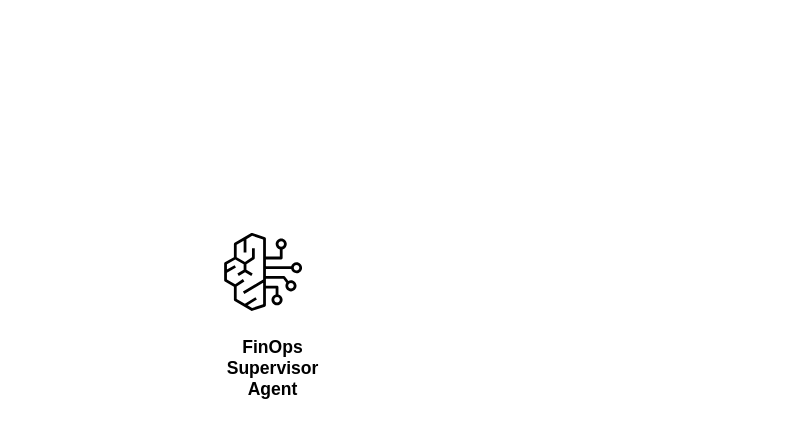
Before: aws-finops-arch.drawio in bwahn/drawio, a draw.io diagram. Source tidied: cells renumbered, new cells numbered last; positions are measured from the earlier drawing's top-left corner, leaving out a move shared by most shapes. Both pictures are drawn from the tidied source at 125%, with x=0, y=0 at pixel (198, 222).
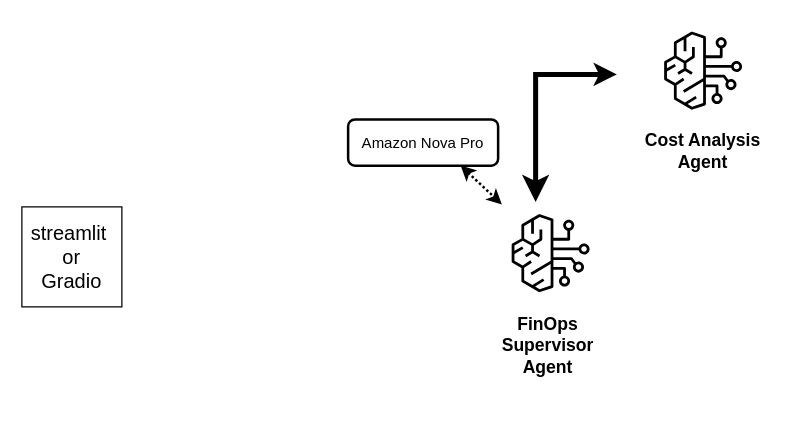
The same page after the edit.

What changed in the source:
```diff
@@
 <mxGraphModel background="light-dark(#ffffff, #f5f4f4)">
   <root>
     <mxCell id="0" />
     <mxCell id="1" parent="0" />
+    <mxCell id="4" style="group;" parent="1" vertex="1">
+      <mxGeometry x="220" y="-15" width="120" height="143" as="geometry" />
+    </mxCell>
-    <mxCell id="2" style="sketch=0;points=[[0,0,0],[0.25,0,0],[0.5,0,0],[0.75,0,0],[1,0,0],[0,1,0],[0.25,1,0],[0.5,1,0],[0.75,1,0],[1,1,0],[0,0.25,0],[0,0.5,0],[0,0.75,0],[1,0.25,0],[1,0.5,0],[1,0.75,0]];outlineConnect=0;dashed=0;verticalLabelPosition=bottom;verticalAlign=top;align=center;html=1;fontSize=12;fontStyle=0;shape=mxgraph.aws4.resourceIcon;resIcon=mxgraph.aws4.bedrock;labelBackgroundColor=none;fillStyle=auto;fillColor=none;strokeColor=light-dark(#000000,#000000);fontColor=light-dark(#000000,#000000);" parent="1" vertex="1">
-      <mxGeometry x="13" width="78" height="78" as="geometry" />
+    <mxCell id="2" style="sketch=0;points=[[0,0,0],[0.25,0,0],[0.5,0,0],[0.75,0,0],[1,0,0],[0,1,0],[0.25,1,0],[0.5,1,0],[0.75,1,0],[1,1,0],[0,0.25,0],[0,0.5,0],[0,0.75,0],[1,0.25,0],[1,0.5,0],[1,0.75,0]];outlineConnect=0;dashed=0;verticalLabelPosition=bottom;verticalAlign=top;align=center;html=1;fontSize=12;fontStyle=0;shape=mxgraph.aws4.resourceIcon;resIcon=mxgraph.aws4.bedrock;labelBackgroundColor=none;fillStyle=auto;fillColor=none;strokeColor=light-dark(#000000,#000000);fontColor=light-dark(#000000,#000000);" parent="4" vertex="1">
+      <mxGeometry x="23" width="78" height="78" as="geometry" />
     </mxCell>
-    <mxCell id="3" value="&lt;h3&gt;FinOps Supervisor Agent&lt;/h3&gt;" style="whiteSpace=wrap;html=1;labelBackgroundColor=none;fillStyle=auto;fillColor=none;strokeColor=none;fontColor=light-dark(#000000,#000000);spacing=7;" parent="1" vertex="1">
-      <mxGeometry y="86" width="120" height="60" as="geometry" />
+    <mxCell id="3" value="&lt;h3&gt;FinOps Supervisor Agent&lt;/h3&gt;" style="whiteSpace=wrap;html=1;labelBackgroundColor=none;fillStyle=auto;fillColor=none;strokeColor=none;fontColor=light-dark(#000000,#000000);spacing=7;" parent="4" vertex="1">
+      <mxGeometry y="83" width="120" height="60" as="geometry" />
     </mxCell>
+    <mxCell id="5" style="group;" parent="1" vertex="1">
+      <mxGeometry x="344" y="-161" width="120" height="133" as="geometry" />
+    </mxCell>
+    <mxCell id="6" style="sketch=0;dashed=0;verticalLabelPosition=bottom;verticalAlign=top;align=center;html=1;fontSize=12;fontStyle=0;shape=mxgraph.aws4.resourceIcon;resIcon=mxgraph.aws4.bedrock;labelBackgroundColor=none;fillStyle=auto;fillColor=none;strokeColor=light-dark(#000000,#000000);fontColor=light-dark(#000000,#000000);" parent="5" vertex="1">
+      <mxGeometry x="21" width="78" height="78" as="geometry" />
+    </mxCell>
+    <mxCell id="7" value="&lt;h3&gt;Cost Analysis Agent&lt;/h3&gt;" style="whiteSpace=wrap;html=1;labelBackgroundColor=none;fillStyle=auto;fillColor=none;strokeColor=none;fontColor=light-dark(#000000,#000000);spacing=7;" parent="5" vertex="1">
+      <mxGeometry y="73" width="120" height="60" as="geometry" />
+    </mxCell>
+    <mxCell id="8" style="endArrow=classic;startArrow=classic;html=1;rounded=0;strokeColor=light-dark(#000000,#CC0000);startSize=9;strokeWidth=4;" parent="1" edge="1">
+      <mxGeometry relative="1" as="geometry">
+        <mxPoint x="270" y="-17" as="sourcePoint" />
+        <mxPoint x="335" y="-119" as="targetPoint" />
+        <Array as="points">
+          <mxPoint x="270" y="-119" />
+        </Array>
+      </mxGeometry>
+    </mxCell>
+    <mxCell id="9" value="&lt;font style=&quot;color: light-dark(rgb(0, 0, 0), rgb(0, 0, 0));&quot;&gt;Amazon Nova Pro&lt;/font&gt;" style="rounded=1;whiteSpace=wrap;html=1;fillColor=none;strokeColor=light-dark(#000000,#000000);strokeWidth=2;" parent="1" vertex="1">
+      <mxGeometry x="120" y="-83" width="120" height="37" as="geometry" />
+    </mxCell>
+    <mxCell id="10" style="endArrow=classic;startArrow=classic;html=1;rounded=0;entryX=0;entryY=0;entryDx=0;entryDy=0;entryPerimeter=0;exitX=0.75;exitY=1;exitDx=0;exitDy=0;dashed=1;strokeColor=light-dark(#000000,#FF3333);strokeWidth=2;dashPattern=1 1;" parent="1" edge="1" source="9" target="2">
+      <mxGeometry relative="1" as="geometry" />
+    </mxCell>
+    <mxCell id="11" value="streamlit&amp;nbsp;&lt;div&gt;or&lt;/div&gt;&lt;div&gt;Gradio&lt;/div&gt;" style="whiteSpace=wrap;html=1;fillColor=light-dark(#FFFFFF,#FFFFFF);strokeColor=light-dark(#000000,#000000);fontColor=light-dark(#000000,#000000);fontSize=16;" parent="1" vertex="1">
+      <mxGeometry x="-141" y="-13" width="80" height="80" as="geometry" />
+    </mxCell>
   </root>
 </mxGraphModel>
```
